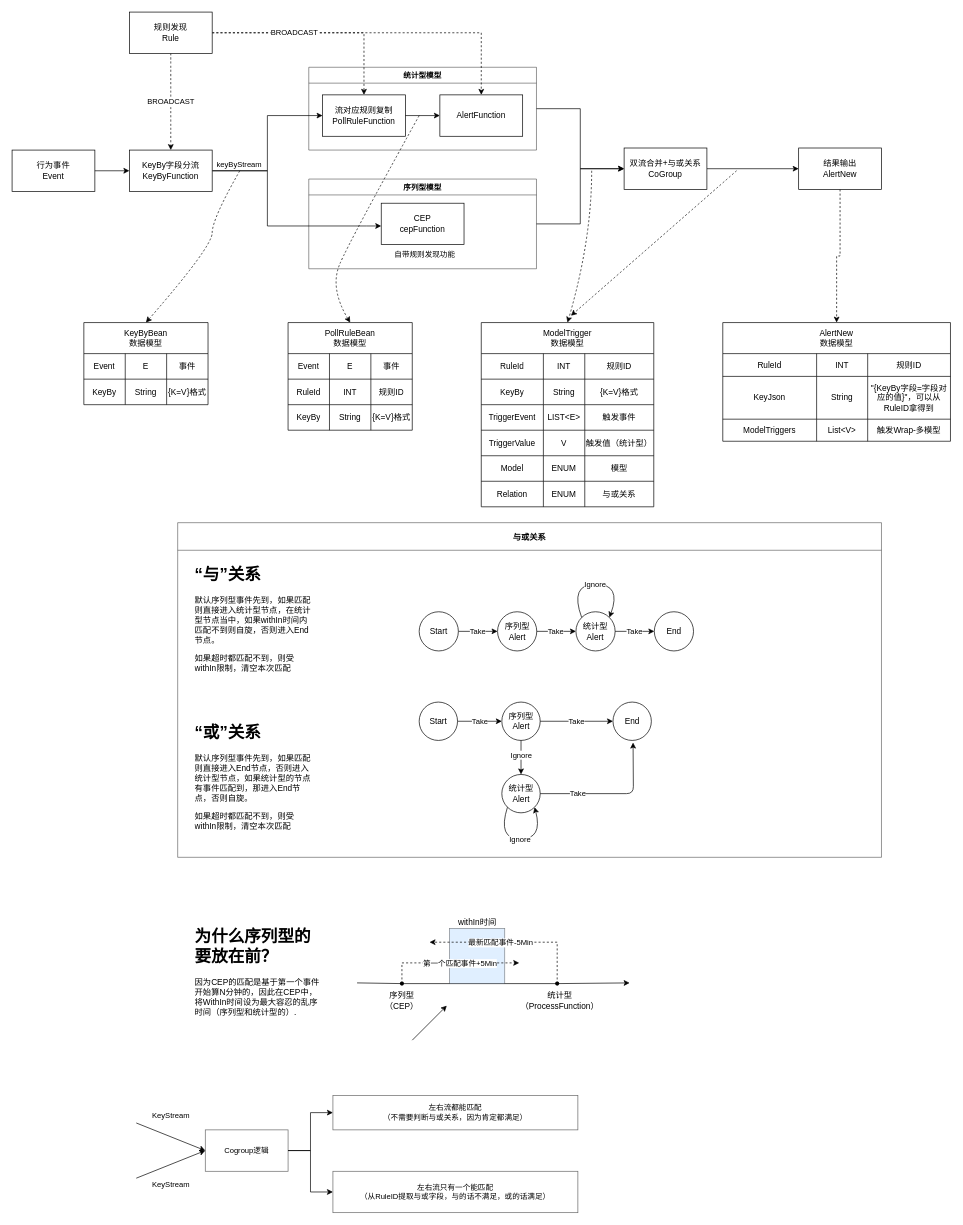
pengmide/draw keeps this draw.io diagram as cep.drawio. Above is the earlier version. Source tidied: cells renumbered, new cells numbered last; positions are measured from the earlier drawing's top-left corner, leaving out a move shared by most shapes. Both pictures are drawn from the tidied source at 69%, with x=0, y=0 at pixel (12, 12).
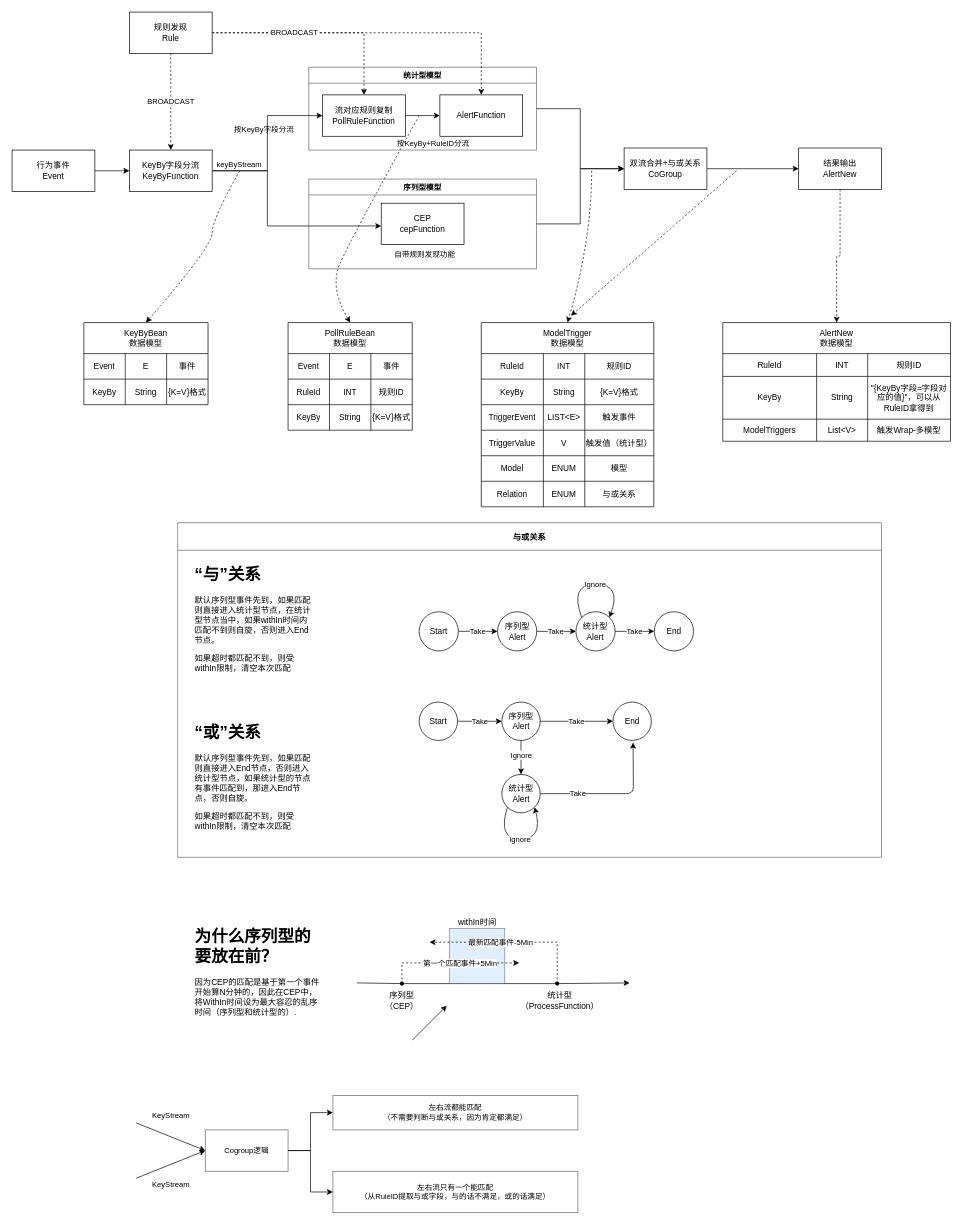
The same diagram, later.

Commit message:
按KeyBy+RuleID字段分流

The change refers to these unchanged cells:
```xml
<mxCell id="64" style="shape=tableRow;horizontal=0;startSize=0;swimlaneHead=0;swimlaneBody=0;top=0;left=0;bottom=0;right=0;fillColor=none;rounded=0;shadow=0;comic=0;sketch=0;" parent="59" vertex="1">
  <mxGeometry y="78" width="330" height="62" as="geometry" />
</mxCell>
<mxCell id="108" value="统计型模型" style="swimlane;rounded=0;shadow=0;glass=0;sketch=0;fontFamily=Helvetica;fontSize=11;fontColor=default;fillColor=none;opacity=60;" parent="1" vertex="1">
  <mxGeometry x="430" y="80" width="330" height="120" as="geometry" />
</mxCell>
```

Diff of the diagram source:
```diff
@@
-    <mxCell id="65" value="KeyJson" style="shape=partialRectangle;html=1;whiteSpace=wrap;overflow=hidden;fillColor=none;top=0;left=0;bottom=0;right=0;rounded=0;shadow=0;comic=0;sketch=0;startSize=0;" parent="64" vertex="1">
+    <mxCell id="65" value="KeyBy" style="shape=partialRectangle;html=1;whiteSpace=wrap;overflow=hidden;fillColor=none;top=0;left=0;bottom=0;right=0;rounded=0;shadow=0;comic=0;sketch=0;startSize=0;" parent="64" vertex="1">
       <mxGeometry width="136" height="62" as="geometry" />
     </mxCell>
@@
+    <mxCell id="143" value="按KeyBy+RuleID分流" style="text;html=1;align=center;verticalAlign=middle;strokeColor=none;fillColor=none;fontSize=11;fontFamily=Helvetica;fontColor=default;" parent="108" vertex="1">
+      <mxGeometry x="115" y="100" width="130" height="20" as="geometry" />
+    </mxCell>
@@
+    <mxCell id="144" value="按KeyBy字段分流" style="text;html=1;align=center;verticalAlign=middle;strokeColor=none;fillColor=none;fontSize=11;fontFamily=Helvetica;fontColor=default;" parent="1" vertex="1">
+      <mxGeometry x="310" y="160" width="110" height="20" as="geometry" />
+    </mxCell>
```
